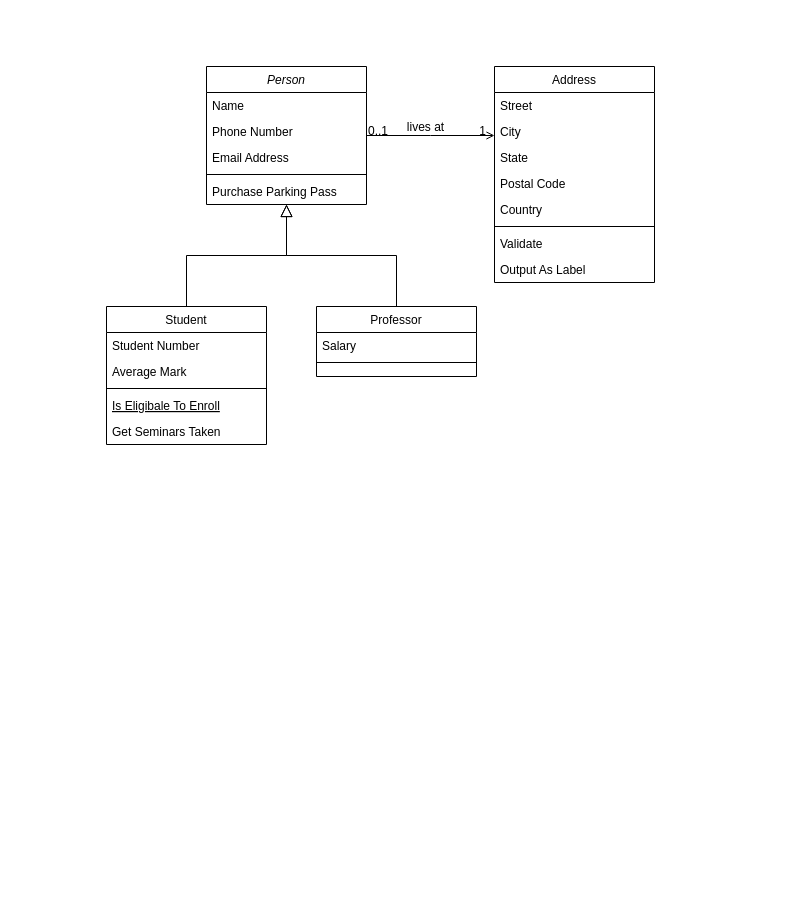
Earlier version of the draw.io diagram tabelle.drawio (nunzilor/societ-turistica). Source tidied: cells renumbered, new cells numbered last; positions are measured from the earlier drawing's top-left corner, leaving out a move shared by most shapes. Both pictures are drawn from the tidied source at 100%, with x=0, y=0 at pixel (106, 66).
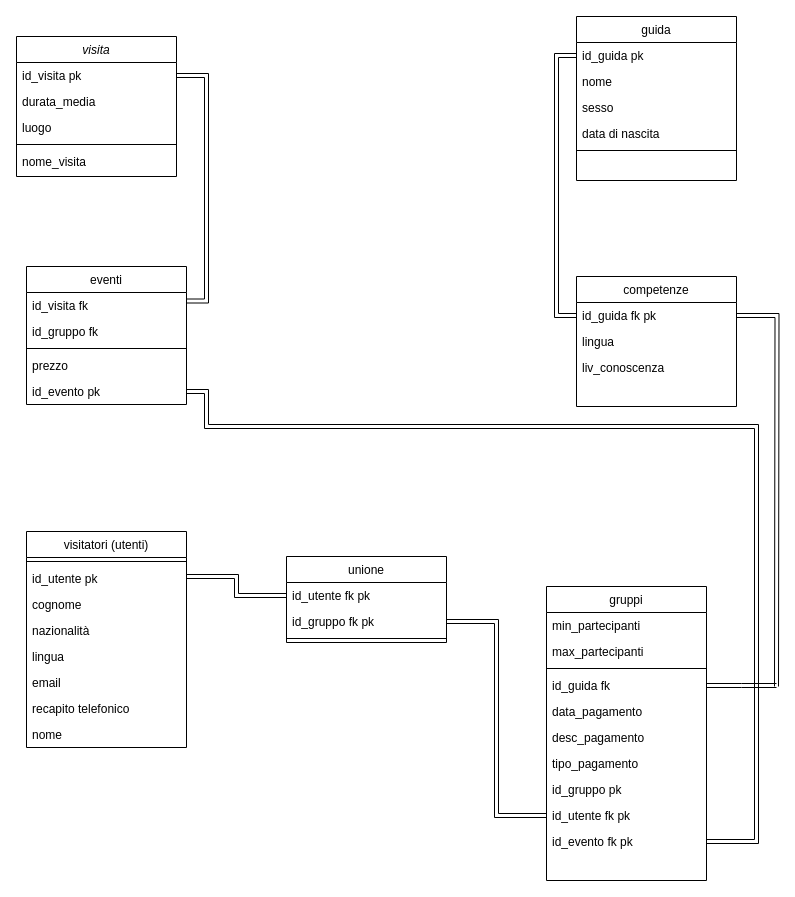
The same page after the edit.

What changed in the source:
```diff
@@
-    <mxCell id="2" value="Person" style="swimlane;fontStyle=2;align=center;verticalAlign=top;horizontal=1;startSize=26;rounded=0;shadow=0;strokeWidth=1;" parent="1" vertex="1">
-      <mxGeometry x="100" width="160" height="138" as="geometry" />
+    <mxCell id="2" value="visita" style="swimlane;fontStyle=2;align=center;verticalAlign=top;horizontal=1;startSize=26;rounded=0;shadow=0;strokeWidth=1;" parent="1" vertex="1">
+      <mxGeometry x="-90" y="-30" width="160" height="140" as="geometry" />
     </mxCell>
-    <mxCell id="3" value="Name" style="text;align=left;verticalAlign=top;spacingLeft=4;spacingRight=4;overflow=hidden;points=[[0,0.5],[1,0.5]];portConstraint=eastwest;" parent="2" vertex="1">
+    <mxCell id="3" value="id_visita pk" style="text;align=left;verticalAlign=top;spacingLeft=4;spacingRight=4;overflow=hidden;points=[[0,0.5],[1,0.5]];portConstraint=eastwest;" parent="2" vertex="1">
       <mxGeometry y="26" width="160" height="26" as="geometry" />
     </mxCell>
-    <mxCell id="4" value="Phone Number" style="text;align=left;verticalAlign=top;spacingLeft=4;spacingRight=4;overflow=hidden;rounded=0;shadow=0;html=0;" parent="2" vertex="1">
+    <mxCell id="4" value="durata_media" style="text;align=left;verticalAlign=top;spacingLeft=4;spacingRight=4;overflow=hidden;rounded=0;shadow=0;html=0;" parent="2" vertex="1">
       <mxGeometry y="52" width="160" height="26" as="geometry" />
     </mxCell>
-    <mxCell id="5" value="Email Address" style="text;align=left;verticalAlign=top;spacingLeft=4;spacingRight=4;overflow=hidden;rounded=0;shadow=0;html=0;" parent="2" vertex="1">
+    <mxCell id="5" value="luogo" style="text;align=left;verticalAlign=top;spacingLeft=4;spacingRight=4;overflow=hidden;rounded=0;shadow=0;html=0;" parent="2" vertex="1">
       <mxGeometry y="78" width="160" height="26" as="geometry" />
     </mxCell>
@@
-    <mxCell id="7" value="Purchase Parking Pass" style="text;align=left;verticalAlign=top;spacingLeft=4;spacingRight=4;overflow=hidden;" parent="2" vertex="1">
-      <mxGeometry y="112" width="160" height="26" as="geometry" />
+    <mxCell id="7" value="nome_visita" style="text;align=left;verticalAlign=top;spacingLeft=4;spacingRight=4;overflow=hidden;" parent="2" vertex="1">
+      <mxGeometry y="112" width="160" height="28" as="geometry" />
     </mxCell>
-    <mxCell id="8" value="Student" style="swimlane;fontStyle=0;align=center;verticalAlign=top;horizontal=1;startSize=26;rounded=0;shadow=0;strokeWidth=1;" parent="1" vertex="1">
-      <mxGeometry y="240" width="160" height="138" as="geometry" />
+    <mxCell id="8" value="eventi" style="swimlane;fontStyle=0;align=center;verticalAlign=top;horizontal=1;startSize=26;rounded=0;shadow=0;strokeWidth=1;" parent="1" vertex="1">
+      <mxGeometry x="-80" y="200" width="160" height="138" as="geometry" />
     </mxCell>
-    <mxCell id="9" value="Student Number" style="text;align=left;verticalAlign=top;spacingLeft=4;spacingRight=4;overflow=hidden;" parent="8" vertex="1">
+    <mxCell id="9" value="id_visita fk" style="text;align=left;verticalAlign=top;spacingLeft=4;spacingRight=4;overflow=hidden;" parent="8" vertex="1">
       <mxGeometry y="26" width="160" height="26" as="geometry" />
     </mxCell>
-    <mxCell id="10" value="Average Mark" style="text;align=left;verticalAlign=top;spacingLeft=4;spacingRight=4;overflow=hidden;rounded=0;shadow=0;html=0;" parent="8" vertex="1">
+    <mxCell id="10" value="id_gruppo fk" style="text;align=left;verticalAlign=top;spacingLeft=4;spacingRight=4;overflow=hidden;rounded=0;shadow=0;html=0;" parent="8" vertex="1">
       <mxGeometry y="52" width="160" height="26" as="geometry" />
     </mxCell>
@@
-    <mxCell id="12" value="Is Eligibale To Enroll" style="text;align=left;verticalAlign=top;spacingLeft=4;spacingRight=4;overflow=hidden;fontStyle=4;" parent="8" vertex="1">
-      <mxGeometry y="86" width="160" height="26" as="geometry" />
-    </mxCell>
-    <mxCell id="13" value="Get Seminars Taken" style="text;align=left;verticalAlign=top;spacingLeft=4;spacingRight=4;overflow=hidden;" parent="8" vertex="1">
-      <mxGeometry y="112" width="160" height="26" as="geometry" />
+    <mxCell id="13" value="prezzo" style="text;align=left;verticalAlign=top;spacingLeft=4;spacingRight=4;overflow=hidden;" parent="8" vertex="1">
+      <mxGeometry y="86" width="160" height="26" as="geometry" />
     </mxCell>
-    <mxCell id="14" style="endArrow=block;endSize=10;endFill=0;shadow=0;strokeWidth=1;rounded=0;edgeStyle=elbowEdgeStyle;elbow=vertical;" parent="1" edge="1" source="8" target="2">
-      <mxGeometry relative="1" as="geometry" />
-    </mxCell>
+    <mxCell id="32" value="id_evento pk" style="text;align=left;verticalAlign=top;spacingLeft=4;spacingRight=4;overflow=hidden;points=[[0,0.5],[1,0.5]];portConstraint=eastwest;" parent="8" vertex="1">
+      <mxGeometry y="112" width="160" height="26" as="geometry" />
+    </mxCell>
-    <mxCell id="15" value="Professor" style="swimlane;fontStyle=0;align=center;verticalAlign=top;horizontal=1;startSize=26;rounded=0;shadow=0;strokeWidth=1;" parent="1" vertex="1">
-      <mxGeometry x="210" y="240" width="160" height="70" as="geometry" />
+    <mxCell id="15" value="competenze" style="swimlane;fontStyle=0;align=center;verticalAlign=top;horizontal=1;startSize=26;rounded=0;shadow=0;strokeWidth=1;" parent="1" vertex="1">
+      <mxGeometry x="470" y="210" width="160" height="130" as="geometry" />
     </mxCell>
-    <mxCell id="16" value="Salary" style="text;align=left;verticalAlign=top;spacingLeft=4;spacingRight=4;overflow=hidden;points=[[0,0.5],[1,0.5]];portConstraint=eastwest;" parent="15" vertex="1">
+    <mxCell id="16" value="id_guida fk pk" style="text;align=left;verticalAlign=top;spacingLeft=4;spacingRight=4;overflow=hidden;points=[[0,0.5],[1,0.5]];portConstraint=eastwest;" parent="15" vertex="1">
       <mxGeometry y="26" width="160" height="26" as="geometry" />
     </mxCell>
-    <mxCell id="17" style="line;html=1;strokeWidth=1;align=left;verticalAlign=middle;spacingTop=-1;spacingLeft=3;spacingRight=3;labelPosition=right;" parent="15" vertex="1">
-      <mxGeometry y="52" width="160" height="8" as="geometry" />
-    </mxCell>
-    <mxCell id="18" style="endArrow=block;endSize=10;endFill=0;shadow=0;strokeWidth=1;rounded=0;edgeStyle=elbowEdgeStyle;elbow=vertical;" parent="1" edge="1" source="15" target="2">
-      <mxGeometry relative="1" as="geometry" />
-    </mxCell>
+    <mxCell id="33" value="lingua" style="text;align=left;verticalAlign=top;spacingLeft=4;spacingRight=4;overflow=hidden;" parent="15" vertex="1">
+      <mxGeometry y="52" width="160" height="26" as="geometry" />
+    </mxCell>
+    <mxCell id="34" value="liv_conoscenza" style="text;align=left;verticalAlign=top;spacingLeft=4;spacingRight=4;overflow=hidden;" parent="15" vertex="1">
+      <mxGeometry y="78" width="160" height="26" as="geometry" />
+    </mxCell>
-    <mxCell id="19" value="Address" style="swimlane;fontStyle=0;align=center;verticalAlign=top;horizontal=1;startSize=26;rounded=0;shadow=0;strokeWidth=1;" parent="1" vertex="1">
-      <mxGeometry x="388" width="160" height="216" as="geometry" />
+    <mxCell id="19" value="guida" style="swimlane;fontStyle=0;align=center;verticalAlign=top;horizontal=1;startSize=26;rounded=0;shadow=0;strokeWidth=1;" parent="1" vertex="1">
+      <mxGeometry x="470" y="-50" width="160" height="164" as="geometry" />
     </mxCell>
-    <mxCell id="20" value="Street" style="text;align=left;verticalAlign=top;spacingLeft=4;spacingRight=4;overflow=hidden;points=[[0,0.5],[1,0.5]];portConstraint=eastwest;" parent="19" vertex="1">
+    <mxCell id="20" value="id_guida pk " style="text;align=left;verticalAlign=top;spacingLeft=4;spacingRight=4;overflow=hidden;points=[[0,0.5],[1,0.5]];portConstraint=eastwest;" parent="19" vertex="1">
       <mxGeometry y="26" width="160" height="26" as="geometry" />
     </mxCell>
-    <mxCell id="21" value="City" style="text;align=left;verticalAlign=top;spacingLeft=4;spacingRight=4;overflow=hidden;rounded=0;shadow=0;html=0;" parent="19" vertex="1">
+    <mxCell id="21" value="nome" style="text;align=left;verticalAlign=top;spacingLeft=4;spacingRight=4;overflow=hidden;rounded=0;shadow=0;html=0;" parent="19" vertex="1">
       <mxGeometry y="52" width="160" height="26" as="geometry" />
     </mxCell>
-    <mxCell id="22" value="State" style="text;align=left;verticalAlign=top;spacingLeft=4;spacingRight=4;overflow=hidden;rounded=0;shadow=0;html=0;" parent="19" vertex="1">
+    <mxCell id="22" value="sesso" style="text;align=left;verticalAlign=top;spacingLeft=4;spacingRight=4;overflow=hidden;rounded=0;shadow=0;html=0;" parent="19" vertex="1">
       <mxGeometry y="78" width="160" height="26" as="geometry" />
     </mxCell>
-    <mxCell id="23" value="Postal Code" style="text;align=left;verticalAlign=top;spacingLeft=4;spacingRight=4;overflow=hidden;rounded=0;shadow=0;html=0;" parent="19" vertex="1">
+    <mxCell id="23" value="data di nascita" style="text;align=left;verticalAlign=top;spacingLeft=4;spacingRight=4;overflow=hidden;rounded=0;shadow=0;html=0;" parent="19" vertex="1">
       <mxGeometry y="104" width="160" height="26" as="geometry" />
     </mxCell>
-    <mxCell id="24" value="Country" style="text;align=left;verticalAlign=top;spacingLeft=4;spacingRight=4;overflow=hidden;rounded=0;shadow=0;html=0;" parent="19" vertex="1">
-      <mxGeometry y="130" width="160" height="26" as="geometry" />
-    </mxCell>
     <mxCell id="25" style="line;html=1;strokeWidth=1;align=left;verticalAlign=middle;spacingTop=-1;spacingLeft=3;spacingRight=3;labelPosition=right;" parent="19" vertex="1">
-      <mxGeometry y="156" width="160" height="8" as="geometry" />
+      <mxGeometry y="130" width="160" height="8" as="geometry" />
     </mxCell>
-    <mxCell id="26" value="Validate" style="text;align=left;verticalAlign=top;spacingLeft=4;spacingRight=4;overflow=hidden;" parent="19" vertex="1">
-      <mxGeometry y="164" width="160" height="26" as="geometry" />
-    </mxCell>
-    <mxCell id="27" value="Output As Label" style="text;align=left;verticalAlign=top;spacingLeft=4;spacingRight=4;overflow=hidden;" parent="19" vertex="1">
-      <mxGeometry y="190" width="160" height="26" as="geometry" />
-    </mxCell>
-    <mxCell id="28" style="endArrow=open;shadow=0;strokeWidth=1;rounded=0;endFill=1;edgeStyle=elbowEdgeStyle;elbow=vertical;" parent="1" edge="1" source="2" target="19">
-      <mxGeometry x="0.5" y="41" relative="1" as="geometry">
-        <mxPoint x="-40" y="32" as="offset" />
-      </mxGeometry>
-    </mxCell>
-    <mxCell id="29" value="0..1" style="align=left;verticalAlign=bottom;labelBackgroundColor=none;fontSize=12;" parent="28" vertex="1">
-      <mxGeometry x="-1" relative="1" as="geometry">
-        <mxPoint y="4" as="offset" />
-      </mxGeometry>
-    </mxCell>
-    <mxCell id="30" value="1" style="align=right;verticalAlign=bottom;labelBackgroundColor=none;fontSize=12;" parent="28" vertex="1">
-      <mxGeometry x="1" relative="1" as="geometry">
-        <mxPoint x="-7" y="4" as="offset" />
-      </mxGeometry>
-    </mxCell>
-    <mxCell id="31" value="lives at" style="text;html=1;align=center;verticalAlign=middle;labelBackgroundColor=none;rounded=0;shadow=0;strokeWidth=1;fontSize=12;" parent="28" vertex="1">
-      <mxGeometry x="0.5" y="49" relative="1" as="geometry">
-        <mxPoint x="-38" y="40" as="offset" />
-      </mxGeometry>
-    </mxCell>
+    <mxCell id="35" value="gruppi" style="swimlane;fontStyle=0;align=center;verticalAlign=top;horizontal=1;startSize=26;rounded=0;shadow=0;strokeWidth=1;" parent="1" vertex="1">
+      <mxGeometry x="440" y="520" width="160" height="294" as="geometry" />
+    </mxCell>
+    <mxCell id="36" value="min_partecipanti" style="text;align=left;verticalAlign=top;spacingLeft=4;spacingRight=4;overflow=hidden;" parent="35" vertex="1">
+      <mxGeometry y="26" width="160" height="26" as="geometry" />
+    </mxCell>
+    <mxCell id="37" value="max_partecipanti" style="text;align=left;verticalAlign=top;spacingLeft=4;spacingRight=4;overflow=hidden;rounded=0;shadow=0;html=0;" parent="35" vertex="1">
+      <mxGeometry y="52" width="160" height="26" as="geometry" />
+    </mxCell>
+    <mxCell id="38" style="line;html=1;strokeWidth=1;align=left;verticalAlign=middle;spacingTop=-1;spacingLeft=3;spacingRight=3;labelPosition=right;" parent="35" vertex="1">
+      <mxGeometry y="78" width="160" height="8" as="geometry" />
+    </mxCell>
+    <mxCell id="39" value="id_guida fk" style="text;align=left;verticalAlign=top;spacingLeft=4;spacingRight=4;overflow=hidden;points=[[0,0.5],[1,0.5]];portConstraint=eastwest;" parent="35" vertex="1">
+      <mxGeometry y="86" width="160" height="26" as="geometry" />
+    </mxCell>
+    <mxCell id="40" value="data_pagamento" style="text;align=left;verticalAlign=top;spacingLeft=4;spacingRight=4;overflow=hidden;" parent="35" vertex="1">
+      <mxGeometry y="112" width="160" height="26" as="geometry" />
+    </mxCell>
+    <mxCell id="41" value="desc_pagamento" style="text;align=left;verticalAlign=top;spacingLeft=4;spacingRight=4;overflow=hidden;" parent="35" vertex="1">
+      <mxGeometry y="138" width="160" height="26" as="geometry" />
+    </mxCell>
+    <mxCell id="42" value="tipo_pagamento" style="text;align=left;verticalAlign=top;spacingLeft=4;spacingRight=4;overflow=hidden;" parent="35" vertex="1">
+      <mxGeometry y="164" width="160" height="26" as="geometry" />
+    </mxCell>
+    <mxCell id="43" value="id_gruppo pk" style="text;align=left;verticalAlign=top;spacingLeft=4;spacingRight=4;overflow=hidden;" parent="35" vertex="1">
+      <mxGeometry y="190" width="160" height="26" as="geometry" />
+    </mxCell>
+    <mxCell id="44" value="id_utente fk pk" style="text;align=left;verticalAlign=top;spacingLeft=4;spacingRight=4;overflow=hidden;points=[[0,0.5],[1,0.5]];portConstraint=eastwest;" parent="35" vertex="1">
+      <mxGeometry y="216" width="160" height="26" as="geometry" />
+    </mxCell>
+    <mxCell id="45" value="id_evento fk pk" style="text;align=left;verticalAlign=top;spacingLeft=4;spacingRight=4;overflow=hidden;points=[[0,0.5],[1,0.5]];portConstraint=eastwest;" parent="35" vertex="1">
+      <mxGeometry y="242" width="160" height="26" as="geometry" />
+    </mxCell>
+    <mxCell id="46" value="visitatori (utenti)" style="swimlane;fontStyle=0;align=center;verticalAlign=top;horizontal=1;startSize=26;rounded=0;shadow=0;strokeWidth=1;" parent="1" vertex="1">
+      <mxGeometry x="-80" y="465" width="160" height="216" as="geometry" />
+    </mxCell>
+    <mxCell id="47" style="line;html=1;strokeWidth=1;align=left;verticalAlign=middle;spacingTop=-1;spacingLeft=3;spacingRight=3;labelPosition=right;" parent="46" vertex="1">
+      <mxGeometry y="26" width="160" height="8" as="geometry" />
+    </mxCell>
+    <mxCell id="48" value="id_utente pk" style="text;align=left;verticalAlign=top;spacingLeft=4;spacingRight=4;overflow=hidden;" parent="46" vertex="1">
+      <mxGeometry y="34" width="160" height="26" as="geometry" />
+    </mxCell>
+    <mxCell id="49" value="cognome" style="text;align=left;verticalAlign=top;spacingLeft=4;spacingRight=4;overflow=hidden;" parent="46" vertex="1">
+      <mxGeometry y="60" width="160" height="26" as="geometry" />
+    </mxCell>
+    <mxCell id="50" value="nazionalità" style="text;align=left;verticalAlign=top;spacingLeft=4;spacingRight=4;overflow=hidden;" parent="46" vertex="1">
+      <mxGeometry y="86" width="160" height="26" as="geometry" />
+    </mxCell>
+    <mxCell id="51" value="lingua" style="text;align=left;verticalAlign=top;spacingLeft=4;spacingRight=4;overflow=hidden;" parent="46" vertex="1">
+      <mxGeometry y="112" width="160" height="26" as="geometry" />
+    </mxCell>
+    <mxCell id="52" value="email" style="text;align=left;verticalAlign=top;spacingLeft=4;spacingRight=4;overflow=hidden;" parent="46" vertex="1">
+      <mxGeometry y="138" width="160" height="26" as="geometry" />
+    </mxCell>
+    <mxCell id="53" value="recapito telefonico" style="text;align=left;verticalAlign=top;spacingLeft=4;spacingRight=4;overflow=hidden;" parent="46" vertex="1">
+      <mxGeometry y="164" width="160" height="26" as="geometry" />
+    </mxCell>
+    <mxCell id="54" value="nome" style="text;align=left;verticalAlign=top;spacingLeft=4;spacingRight=4;overflow=hidden;rounded=0;shadow=0;html=0;" parent="46" vertex="1">
+      <mxGeometry y="190" width="160" height="26" as="geometry" />
+    </mxCell>
+    <mxCell id="55" value="unione" style="swimlane;fontStyle=0;align=center;verticalAlign=top;horizontal=1;startSize=26;rounded=0;shadow=0;strokeWidth=1;" parent="1" vertex="1">
+      <mxGeometry x="180" y="490" width="160" height="86" as="geometry" />
+    </mxCell>
+    <mxCell id="56" value="id_utente fk pk" style="text;align=left;verticalAlign=top;spacingLeft=4;spacingRight=4;overflow=hidden;points=[[0,0.5],[1,0.5]];portConstraint=eastwest;" parent="55" vertex="1">
+      <mxGeometry y="26" width="160" height="26" as="geometry" />
+    </mxCell>
+    <mxCell id="57" value="id_gruppo fk pk" style="text;align=left;verticalAlign=top;spacingLeft=4;spacingRight=4;overflow=hidden;points=[[0,0.5],[1,0.5]];portConstraint=eastwest;rounded=0;shadow=0;html=0;" parent="55" vertex="1">
+      <mxGeometry y="52" width="160" height="26" as="geometry" />
+    </mxCell>
+    <mxCell id="58" style="line;html=1;strokeWidth=1;align=left;verticalAlign=middle;spacingTop=-1;spacingLeft=3;spacingRight=3;labelPosition=right;" parent="55" vertex="1">
+      <mxGeometry y="78" width="160" height="8" as="geometry" />
+    </mxCell>
+    <mxCell id="59" style="edgeStyle=orthogonalEdgeStyle;shape=link;rounded=0;jettySize=auto;html=1;exitX=1;exitY=0.5;exitDx=0;exitDy=0;entryX=1;entryY=0.25;entryDx=0;entryDy=0;" parent="1" edge="1" source="3" target="8">
+      <mxGeometry relative="1" as="geometry" />
+    </mxCell>
+    <mxCell id="60" style="edgeStyle=orthogonalEdgeStyle;shape=link;rounded=0;jettySize=auto;html=1;entryX=1;entryY=0.5;entryDx=0;entryDy=0;exitX=1;exitY=0.5;exitDx=0;exitDy=0;" parent="1" edge="1" source="32" target="45">
+      <mxGeometry relative="1" as="geometry">
+        <Array as="points">
+          <mxPoint x="100" y="325" />
+          <mxPoint x="100" y="360" />
+          <mxPoint x="650" y="360" />
+          <mxPoint x="650" y="775" />
+        </Array>
+      </mxGeometry>
+    </mxCell>
+    <mxCell id="61" style="edgeStyle=orthogonalEdgeStyle;shape=link;rounded=0;jettySize=auto;html=1;exitX=0;exitY=0.5;exitDx=0;exitDy=0;entryX=0;entryY=0.5;entryDx=0;entryDy=0;" parent="1" edge="1" source="20" target="16">
+      <mxGeometry relative="1" as="geometry" />
+    </mxCell>
+    <mxCell id="62" style="edgeStyle=orthogonalEdgeStyle;shape=link;rounded=0;jettySize=auto;html=1;exitX=1;exitY=0.5;exitDx=0;exitDy=0;" parent="1" edge="1" source="16">
+      <mxGeometry relative="1" as="geometry">
+        <mxPoint x="670" y="620" as="targetPoint" />
+      </mxGeometry>
+    </mxCell>
+    <mxCell id="63" style="edgeStyle=orthogonalEdgeStyle;shape=link;rounded=0;jettySize=auto;html=1;exitX=1;exitY=0.5;exitDx=0;exitDy=0;" parent="1" edge="1" source="39">
+      <mxGeometry relative="1" as="geometry">
+        <mxPoint x="670" y="619" as="targetPoint" />
+      </mxGeometry>
+    </mxCell>
+    <mxCell id="64" style="edgeStyle=orthogonalEdgeStyle;shape=link;rounded=0;jettySize=auto;html=1;exitX=0;exitY=0.5;exitDx=0;exitDy=0;entryX=1;entryY=0.5;entryDx=0;entryDy=0;" parent="1" edge="1" source="44" target="57">
+      <mxGeometry relative="1" as="geometry" />
+    </mxCell>
+    <mxCell id="65" style="edgeStyle=orthogonalEdgeStyle;shape=link;rounded=0;jettySize=auto;html=1;exitX=0;exitY=0.5;exitDx=0;exitDy=0;" parent="1" edge="1" source="56">
+      <mxGeometry relative="1" as="geometry">
+        <mxPoint x="80" y="510" as="targetPoint" />
+        <Array as="points">
+          <mxPoint x="130" y="529" />
+          <mxPoint x="130" y="510" />
+        </Array>
+      </mxGeometry>
+    </mxCell>
```
